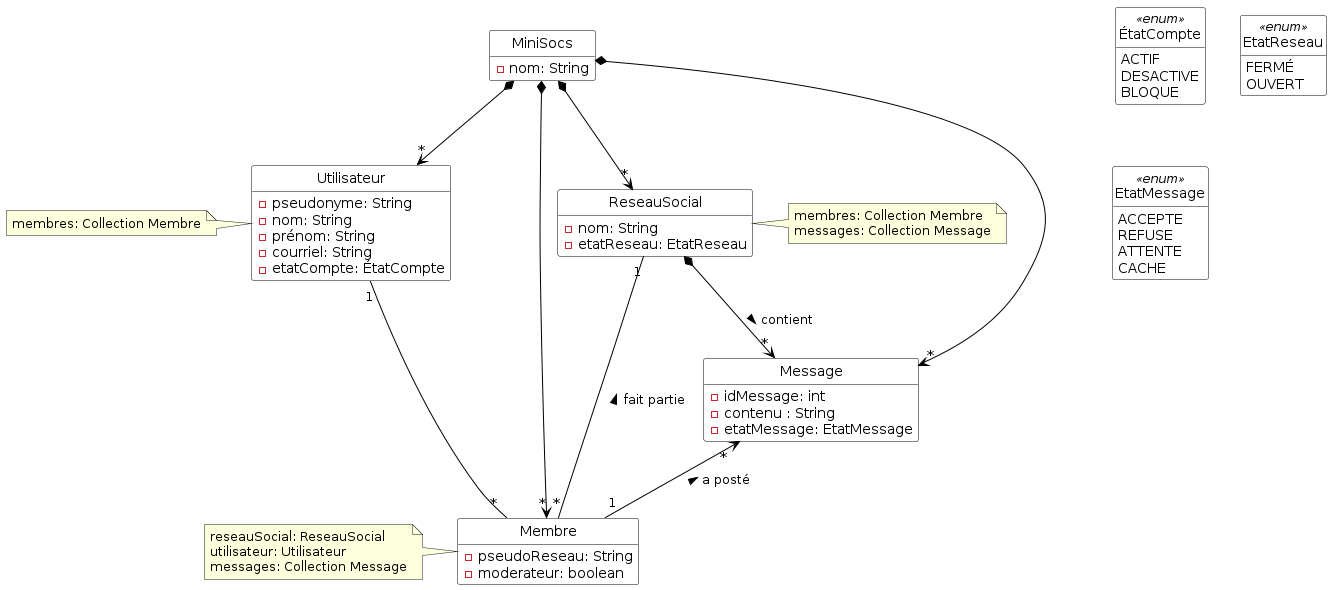
Earlier version of the PlantUML export Diagrammes/minisocs_uml_diag_classes_sans_notif.png (ThELud0/Minisocs).
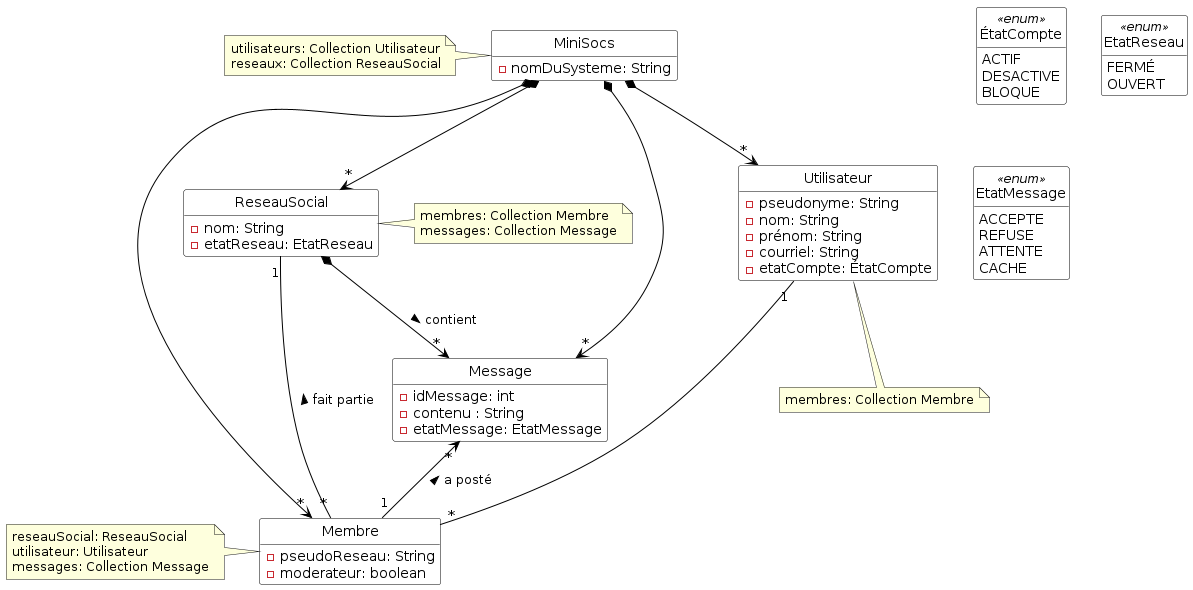
The same file after the commit.

Commit message:
coherence diagramme classe et ajout d'une methode stream

Diff of the diagram source:
```diff
@@ -11,8 +11,10 @@
 
 
 class MiniSocs {
-  - nom: String
+  - nomDuSysteme: String
 }
+note left of MiniSocs: utilisateurs: Collection Utilisateur\nreseaux: Collection ReseauSocial
+
 class Utilisateur {
   - pseudonyme: String
   - nom: String
@@ -20,8 +22,7 @@
   - courriel: String
   - etatCompte: ÉtatCompte
 }
-
-note left of Utilisateur: membres: Collection Membre
+note bottom of Utilisateur: membres: Collection Membre
 
 enum ÉtatCompte <<enum>> {
   ACTIF
```
